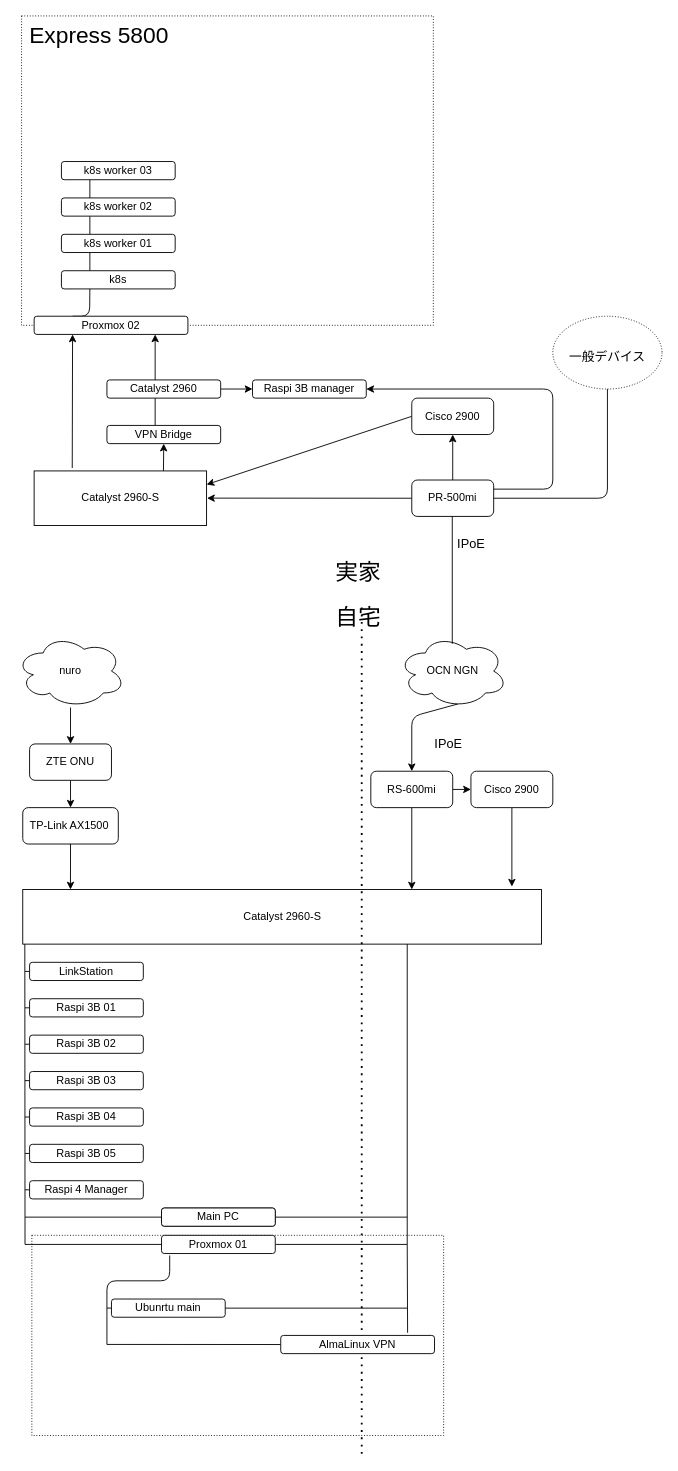
Before: diagram/diagram.drawio in Anchovy-s3/home-network, a draw.io diagram. Source tidied: cells renumbered, new cells numbered last; positions are measured from the earlier drawing's top-left corner, leaving out a move shared by most shapes. Both pictures are drawn from the tidied source at 91%, with x=0, y=0 at pixel (15, 15).
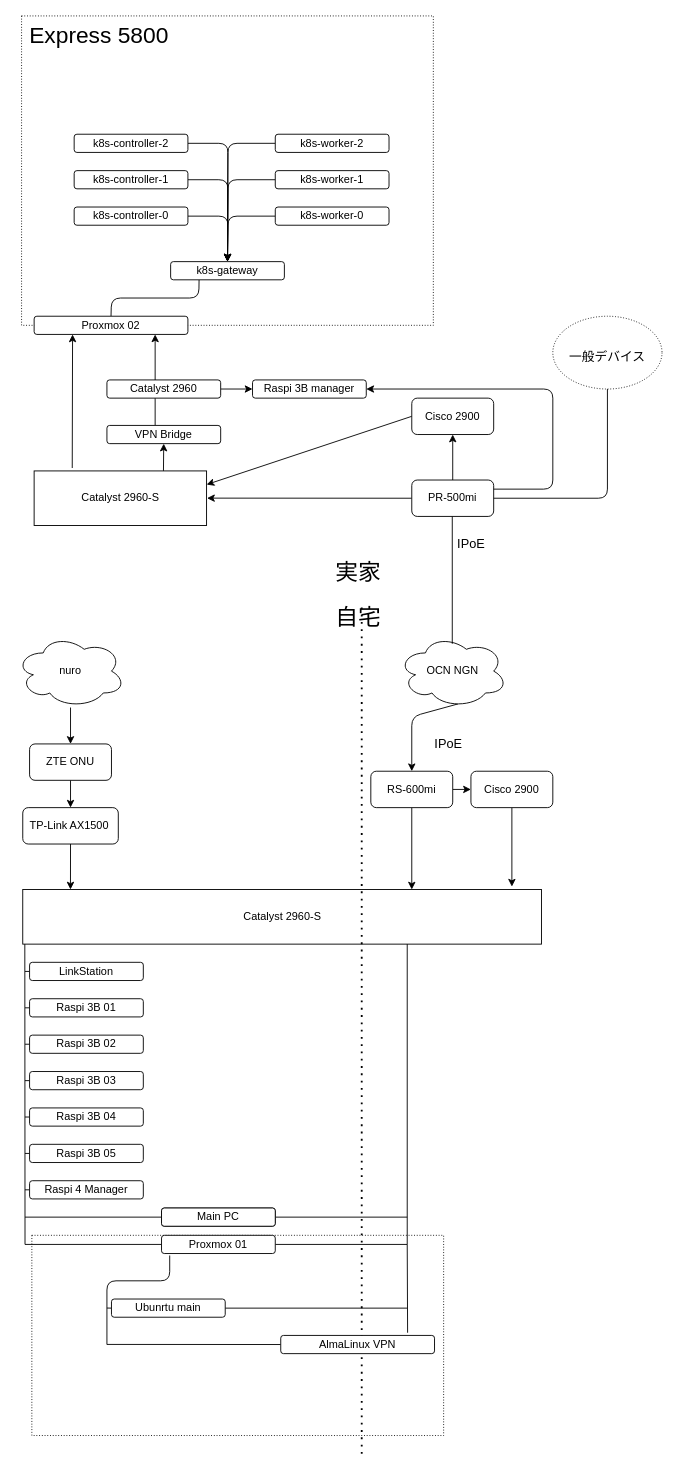
The same diagram, later.

Commit message:
k8s再構築　構成変更

Unchanged cells that the change refers to:
```xml
<mxCell id="58" value="Proxmox 02" style="rounded=1;whiteSpace=wrap;html=1;" parent="1" vertex="1">
  <mxGeometry x="20" y="330" width="169" height="20" as="geometry" />
</mxCell>
```

Diff of the diagram source:
```diff
@@
-    <mxCell id="57" style="edgeStyle=none;html=1;exitX=0.25;exitY=0;exitDx=0;exitDy=0;entryX=0.25;entryY=1;entryDx=0;entryDy=0;fontSize=25;endArrow=none;endFill=0;" parent="1" edge="1" source="58" target="60">
+    <mxCell id="57" style="edgeStyle=none;html=1;exitX=0.5;exitY=0;exitDx=0;exitDy=0;entryX=0.25;entryY=1;entryDx=0;entryDy=0;fontSize=25;endArrow=none;endFill=0;" parent="1" edge="1" source="58" target="60">
       <mxGeometry relative="1" as="geometry">
         <Array as="points">
-          <mxPoint x="81" y="330" />
+          <mxPoint x="105" y="310" />
+          <mxPoint x="201" y="310" />
         </Array>
       </mxGeometry>
     </mxCell>
@@
-    <mxCell id="59" style="edgeStyle=none;html=1;exitX=0.25;exitY=0;exitDx=0;exitDy=0;entryX=0.25;entryY=1;entryDx=0;entryDy=0;fontSize=25;endArrow=none;endFill=0;" parent="1" edge="1" source="60" target="62">
-      <mxGeometry relative="1" as="geometry" />
-    </mxCell>
-    <mxCell id="60" value="k8s" style="rounded=1;whiteSpace=wrap;html=1;" parent="1" vertex="1">
-      <mxGeometry x="50" y="280" width="125" height="20" as="geometry" />
+    <mxCell id="60" value="k8s-gateway" style="rounded=1;whiteSpace=wrap;html=1;" parent="1" vertex="1">
+      <mxGeometry x="170" y="270" width="125" height="20" as="geometry" />
     </mxCell>
-    <mxCell id="61" style="edgeStyle=none;html=1;exitX=0.25;exitY=0;exitDx=0;exitDy=0;entryX=0.25;entryY=1;entryDx=0;entryDy=0;fontSize=25;endArrow=none;endFill=0;" parent="1" edge="1" source="62" target="64">
-      <mxGeometry relative="1" as="geometry" />
-    </mxCell>
-    <mxCell id="62" value="k8s worker 01" style="rounded=1;whiteSpace=wrap;html=1;" parent="1" vertex="1">
-      <mxGeometry x="50" y="240" width="125" height="20" as="geometry" />
-    </mxCell>
-    <mxCell id="63" style="edgeStyle=none;html=1;exitX=0.25;exitY=0;exitDx=0;exitDy=0;entryX=0.25;entryY=1;entryDx=0;entryDy=0;fontSize=25;endArrow=none;endFill=0;" parent="1" edge="1" source="64" target="65">
-      <mxGeometry relative="1" as="geometry" />
-    </mxCell>
-    <mxCell id="64" value="k8s worker 02" style="rounded=1;whiteSpace=wrap;html=1;" parent="1" vertex="1">
-      <mxGeometry x="50" y="200" width="125" height="20" as="geometry" />
-    </mxCell>
-    <mxCell id="65" value="k8s worker 03" style="rounded=1;whiteSpace=wrap;html=1;" parent="1" vertex="1">
-      <mxGeometry x="50" y="160" width="125" height="20" as="geometry" />
-    </mxCell>
@@
+    <mxCell id="82" style="edgeStyle=none;html=1;exitX=1;exitY=0.5;exitDx=0;exitDy=0;entryX=0.5;entryY=0;entryDx=0;entryDy=0;" parent="1" edge="1" source="83" target="60">
+      <mxGeometry relative="1" as="geometry">
+        <Array as="points">
+          <mxPoint x="233" y="220" />
+        </Array>
+      </mxGeometry>
+    </mxCell>
+    <mxCell id="83" value="k8s-controller-0" style="rounded=1;whiteSpace=wrap;html=1;" parent="1" vertex="1">
+      <mxGeometry x="64" y="210" width="125" height="20" as="geometry" />
+    </mxCell>
+    <mxCell id="84" style="edgeStyle=none;html=1;exitX=1;exitY=0.5;exitDx=0;exitDy=0;entryX=0.5;entryY=0;entryDx=0;entryDy=0;" parent="1" edge="1" source="85" target="60">
+      <mxGeometry relative="1" as="geometry">
+        <Array as="points">
+          <mxPoint x="233" y="180" />
+        </Array>
+      </mxGeometry>
+    </mxCell>
+    <mxCell id="85" value="k8s-controller-1" style="rounded=1;whiteSpace=wrap;html=1;" parent="1" vertex="1">
+      <mxGeometry x="64" y="170" width="125" height="20" as="geometry" />
+    </mxCell>
+    <mxCell id="86" style="edgeStyle=none;html=1;exitX=1;exitY=0.5;exitDx=0;exitDy=0;entryX=0.5;entryY=0;entryDx=0;entryDy=0;" parent="1" edge="1" source="87" target="60">
+      <mxGeometry relative="1" as="geometry">
+        <Array as="points">
+          <mxPoint x="233" y="140" />
+        </Array>
+      </mxGeometry>
+    </mxCell>
+    <mxCell id="87" value="k8s-controller-2" style="rounded=1;whiteSpace=wrap;html=1;" parent="1" vertex="1">
+      <mxGeometry x="64" y="130" width="125" height="20" as="geometry" />
+    </mxCell>
+    <mxCell id="88" style="edgeStyle=none;html=1;exitX=0;exitY=0.5;exitDx=0;exitDy=0;entryX=0.5;entryY=0;entryDx=0;entryDy=0;" parent="1" edge="1" source="89" target="60">
+      <mxGeometry relative="1" as="geometry">
+        <Array as="points">
+          <mxPoint x="233" y="220" />
+        </Array>
+      </mxGeometry>
+    </mxCell>
+    <mxCell id="89" value="k8s-worker-0" style="rounded=1;whiteSpace=wrap;html=1;" parent="1" vertex="1">
+      <mxGeometry x="285" y="210" width="125" height="20" as="geometry" />
+    </mxCell>
+    <mxCell id="90" style="edgeStyle=none;html=1;exitX=0;exitY=0.5;exitDx=0;exitDy=0;entryX=0.5;entryY=0;entryDx=0;entryDy=0;" parent="1" edge="1" source="91" target="60">
+      <mxGeometry relative="1" as="geometry">
+        <Array as="points">
+          <mxPoint x="233" y="180" />
+        </Array>
+      </mxGeometry>
+    </mxCell>
+    <mxCell id="91" value="k8s-worker-1" style="rounded=1;whiteSpace=wrap;html=1;" parent="1" vertex="1">
+      <mxGeometry x="285" y="170" width="125" height="20" as="geometry" />
+    </mxCell>
+    <mxCell id="92" style="edgeStyle=none;html=1;exitX=0;exitY=0.5;exitDx=0;exitDy=0;entryX=0.5;entryY=0;entryDx=0;entryDy=0;" parent="1" edge="1" source="93" target="60">
+      <mxGeometry relative="1" as="geometry">
+        <Array as="points">
+          <mxPoint x="233" y="140" />
+        </Array>
+      </mxGeometry>
+    </mxCell>
+    <mxCell id="93" value="k8s-worker-2" style="rounded=1;whiteSpace=wrap;html=1;" parent="1" vertex="1">
+      <mxGeometry x="285" y="130" width="125" height="20" as="geometry" />
+    </mxCell>
```
